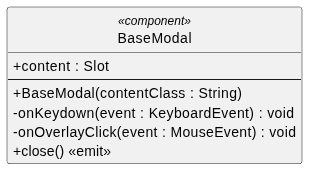
Above: src/PB/DocumentazioneEsterna/Specifica_Tecnica/content/05-diagrammi-classi/uml/png/frontend/componenti/BaseModal.png in GroupRubberDuck/Documentazione (PlantUML), before the change. Its source is kept beside it as src/PB/DocumentazioneEsterna/Specifica_Tecnica/content/05-diagrammi-classi/uml/puml/Frontend/componenti_base/BaseModal.puml.
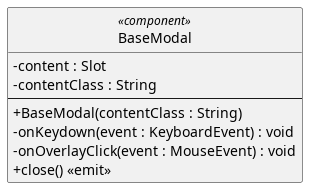
Above is the later version.

What changed in the source:
```diff
@@ -7,8 +7,8 @@
 skinparam style strictuml
 
 class BaseModal <<component>> {
-  + content : Slot
-  + contentClass : String
+  - content : Slot
+  - contentClass : String
   --
   + BaseModal(contentClass : String)
   - onKeydown(event : KeyboardEvent) : void
```
